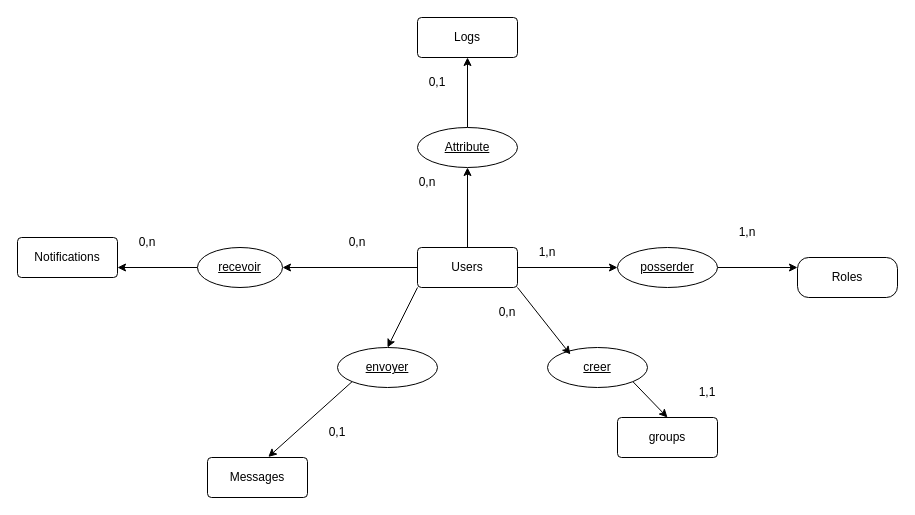
Above: mcd.drawio in hnc450/UltimePhpPureProject (draw.io), before the change. Source tidied: cells renumbered, new cells numbered last; positions are measured from the earlier drawing's top-left corner, leaving out a move shared by most shapes. Both pictures are drawn from the tidied source at 100%, with x=0, y=0 at pixel (17, 17).
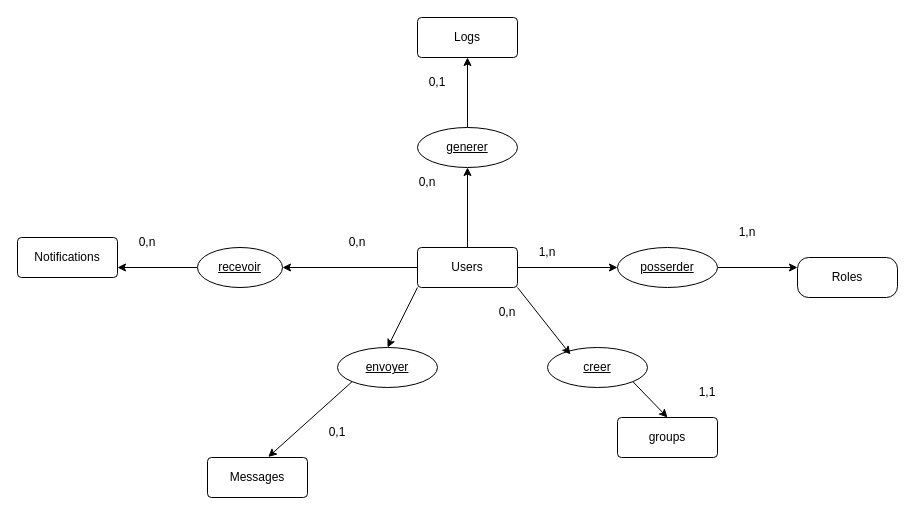
Above is the later version.

The edit, as a diff of the source:
```diff
@@
-    <mxCell id="13" value="Attribute" style="ellipse;whiteSpace=wrap;html=1;align=center;fontStyle=20;" parent="1" vertex="1">
+    <mxCell id="13" value="generer" style="ellipse;whiteSpace=wrap;html=1;align=center;fontStyle=20;" parent="1" vertex="1">
       <mxGeometry x="400" y="110" width="100" height="40" as="geometry" />
     </mxCell>
```
